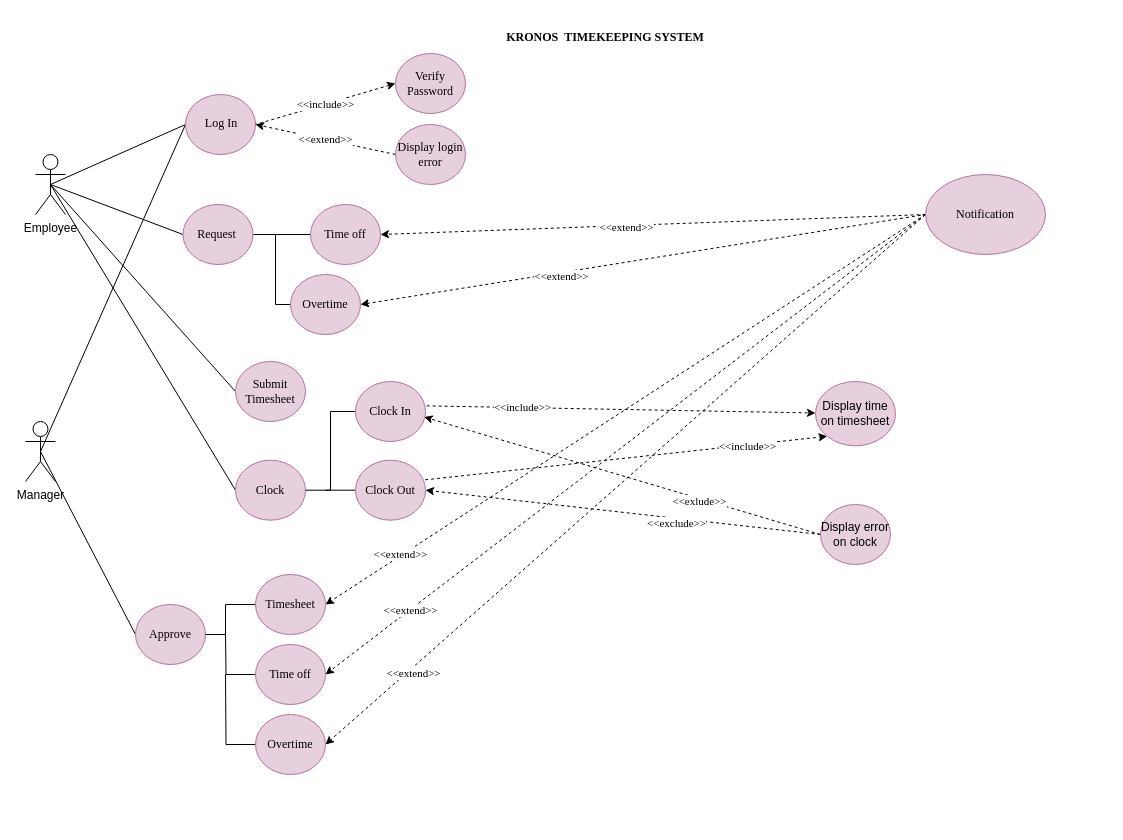
Before: Untitled Diagram.drawio in merbsandspices/anaylsis, a draw.io diagram. Source tidied: cells renumbered, new cells numbered last; positions are measured from the earlier drawing's top-left corner, leaving out a move shared by most shapes. Both pictures are drawn from the tidied source at 100%, with x=0, y=0 at pixel (25, 17).
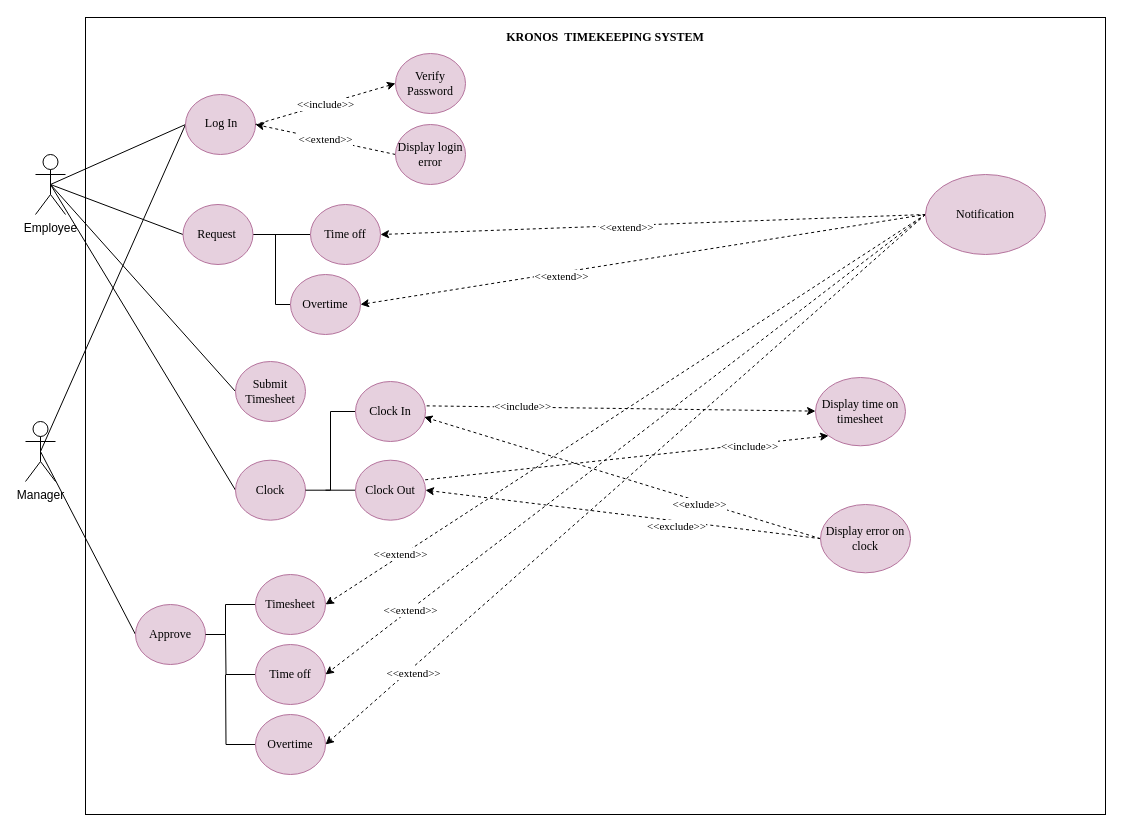
After the change.

Commit message:
Use Case Diagram - Kronos.drawio

Diff of the diagram source:
```diff
@@
-    <mxCell id="2" style="rounded=0;whiteSpace=wrap;html=1;strokeColor=#FFFFFF;fillColor=#FFFFFF;fontFamily=Garamond;" parent="1" vertex="1">
+    <mxCell id="2" style="rounded=0;whiteSpace=wrap;html=1;strokeColor=#000000;fillColor=#FFFFFF;fontFamily=Garamond;" parent="1" vertex="1">
       <mxGeometry x="60" width="1020" height="797" as="geometry" />
     </mxCell>
@@
-    <mxCell id="50" value="Display time on timesheet" style="ellipse;whiteSpace=wrap;html=1;strokeColor=#B5739D;fillColor=#E6D0DE;" parent="1" vertex="1">
-      <mxGeometry x="790" y="364" width="80" height="64.3" as="geometry" />
+    <mxCell id="50" value="Display time on timesheet" style="ellipse;whiteSpace=wrap;html=1;strokeColor=#B5739D;fillColor=#E6D0DE;fontFamily=Garamond;" parent="1" vertex="1">
+      <mxGeometry x="790" y="360" width="90" height="68.3" as="geometry" />
     </mxCell>
@@
-    <mxCell id="55" value="Display error on clock" style="ellipse;whiteSpace=wrap;html=1;strokeColor=#B5739D;fillColor=#E6D0DE;" parent="1" vertex="1">
-      <mxGeometry x="795" y="487" width="70" height="60" as="geometry" />
+    <mxCell id="55" value="Display error on clock" style="ellipse;whiteSpace=wrap;html=1;strokeColor=#B5739D;fillColor=#E6D0DE;fontFamily=Garamond;" parent="1" vertex="1">
+      <mxGeometry x="795" y="487" width="90" height="68.3" as="geometry" />
     </mxCell>
```
